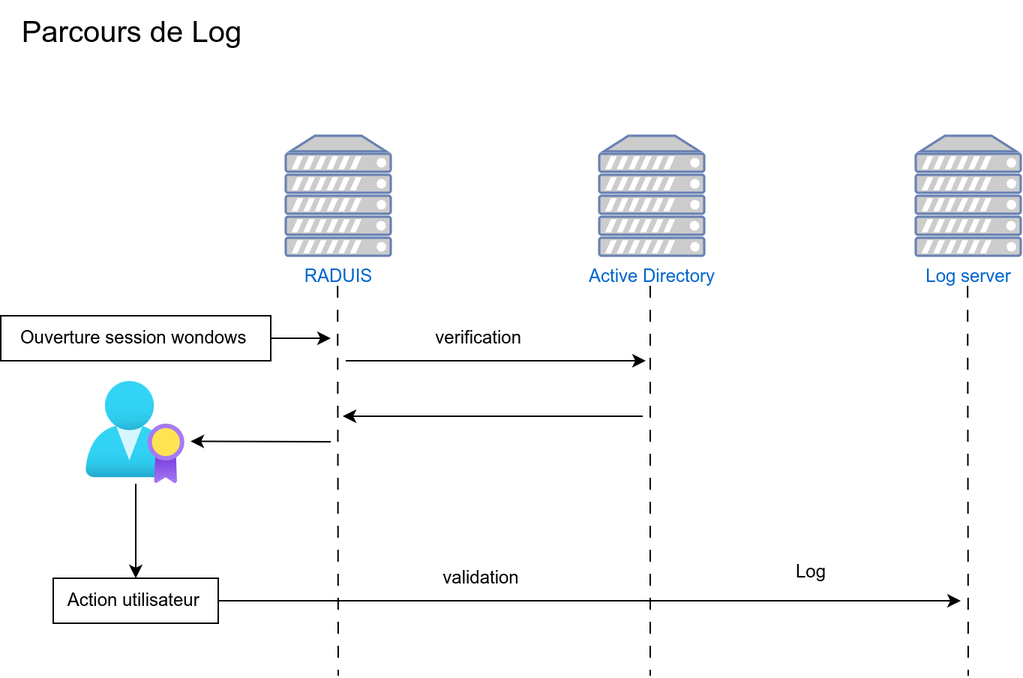
Earlier version of the draw.io export schema/log.drawio.png (CrazyKarpet/we-fist). Source tidied: cells renumbered, new cells last; positions are measured from the earlier drawing's top-left corner, leaving out a move shared by most shapes.
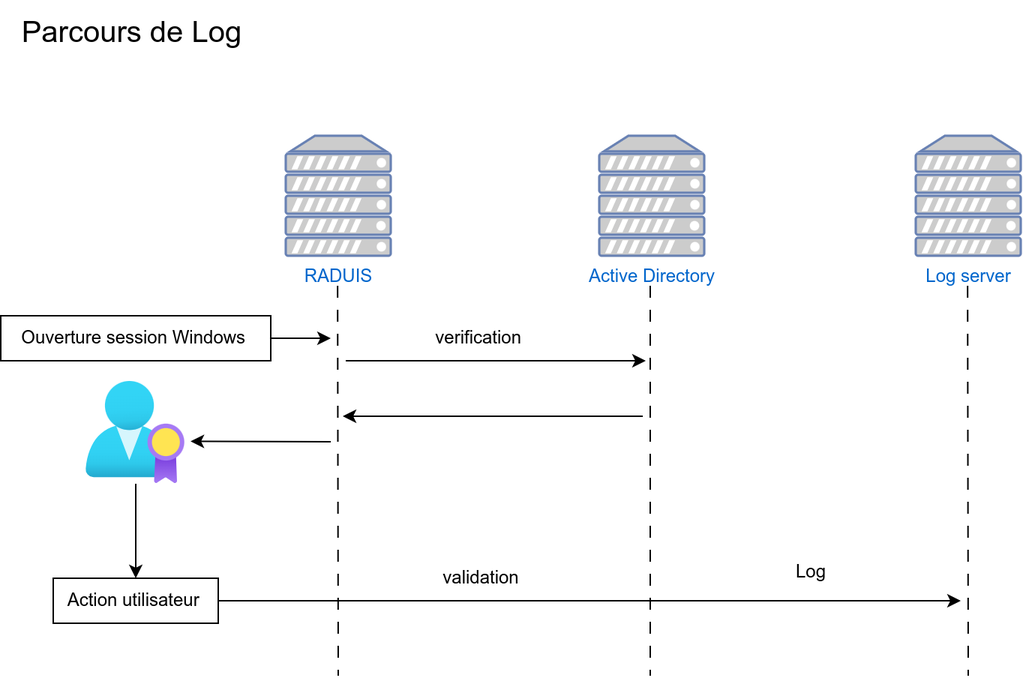
After the commit.

The edit, as a diff of the source:
```diff
@@ -32,7 +32,7 @@
         <mxPoint x="645" y="450" as="targetPoint" />
       </mxGeometry>
     </mxCell>
-    <mxCell id="9" value="Ouverture session wondows&amp;nbsp;" style="text;html=1;align=center;verticalAlign=middle;points=[];strokeColor=default;fillColor=none;" parent="1" vertex="1">
+    <mxCell id="9" value="Ouverture session Windows&amp;nbsp;" style="text;html=1;align=center;verticalAlign=middle;points=[];strokeColor=default;fillColor=none;" parent="1" vertex="1">
       <mxGeometry y="210" width="180" height="30" as="geometry" />
     </mxCell>
     <mxCell id="10" value="verification&amp;nbsp;" style="text;html=1;align=center;verticalAlign=middle;strokeColor=none;fillColor=none;" parent="1" vertex="1">
```
